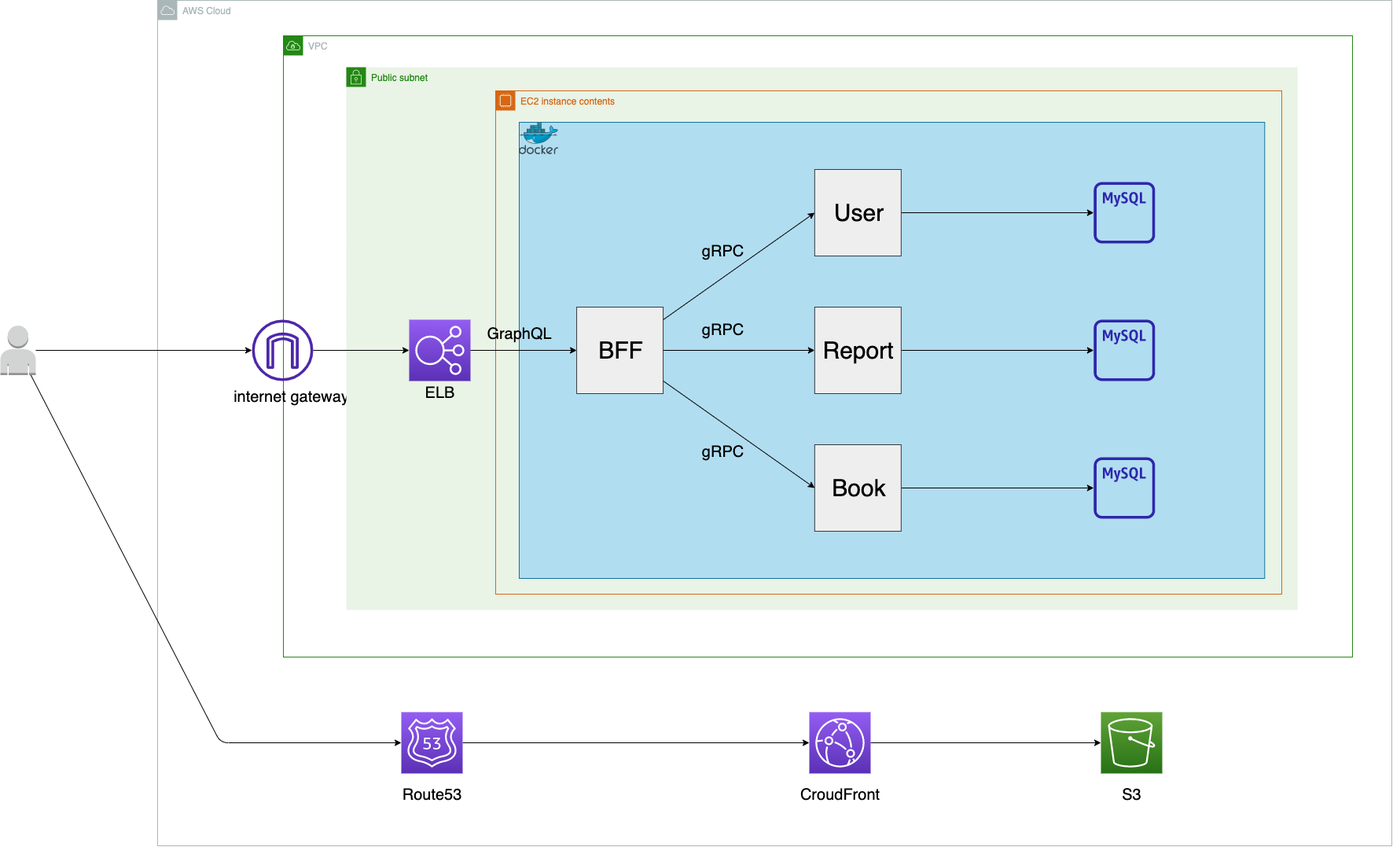
Reimei1213/ShareReport keeps this draw.io diagram as document/infra/infra.drawio.png. Above is the earlier version. Source tidied: cells renumbered, new cells last; positions are measured from the earlier drawing's top-left corner, leaving out a move shared by most shapes. Its diagram source:
```xml
<mxGraphModel>
  <root>
    <mxCell id="0" />
    <mxCell id="1" parent="0" />
    <mxCell id="2" value="AWS Cloud" style="sketch=0;gradientColor=none;html=1;whiteSpace=wrap;fontSize=12;fontStyle=0;shape=mxgraph.aws4.group;grIcon=mxgraph.aws4.group_aws_cloud;strokeColor=#AAB7B8;fillColor=none;verticalAlign=top;align=left;spacingLeft=30;fontColor=#AAB7B8;dashed=0;" parent="1" vertex="1">
      <mxGeometry x="200" width="1570" height="1075" as="geometry" />
    </mxCell>
    <mxCell id="3" style="edgeStyle=none;html=1;fontSize=20;fontColor=#000000;strokeColor=#000000;" parent="1" edge="1" source="5" target="40">
      <mxGeometry relative="1" as="geometry">
        <Array as="points">
          <mxPoint x="280" y="944" />
        </Array>
      </mxGeometry>
    </mxCell>
    <mxCell id="4" style="edgeStyle=none;html=1;fontSize=20;fontColor=#000000;strokeColor=#000000;" parent="1" edge="1" source="5" target="38">
      <mxGeometry relative="1" as="geometry" />
    </mxCell>
    <mxCell id="5" style="outlineConnect=0;dashed=0;verticalLabelPosition=bottom;verticalAlign=top;align=center;html=1;shape=mxgraph.aws3.user;fillColor=#D2D3D3;gradientColor=none;" parent="1" vertex="1">
      <mxGeometry y="413.5" width="45" height="63" as="geometry" />
    </mxCell>
    <mxCell id="6" value="VPC" style="gradientColor=none;html=1;whiteSpace=wrap;fontSize=12;fontStyle=0;shape=mxgraph.aws4.group;grIcon=mxgraph.aws4.group_vpc;strokeColor=#248814;fillColor=none;verticalAlign=top;align=left;spacingLeft=30;fontColor=#AAB7B8;dashed=0;" parent="1" vertex="1">
      <mxGeometry x="360" y="45" width="1360" height="790" as="geometry" />
    </mxCell>
    <mxCell id="7" value="internet gateway" style="text;html=1;align=center;verticalAlign=middle;strokeColor=none;fillColor=none;fontSize=20;fontColor=#000000;" parent="6" vertex="1">
      <mxGeometry x="-70" y="444" width="160" height="30" as="geometry" />
    </mxCell>
    <mxCell id="8" value="Public subnet" style="gradientColor=none;html=1;whiteSpace=wrap;fontSize=12;fontStyle=0;shape=mxgraph.aws4.group;grIcon=mxgraph.aws4.group_security_group;grStroke=0;strokeColor=#248814;fillColor=#E9F3E6;verticalAlign=top;align=left;spacingLeft=30;fontColor=#248814;dashed=0;" parent="1" vertex="1">
      <mxGeometry x="440" y="85" width="1210" height="690" as="geometry" />
    </mxCell>
    <mxCell id="9" style="sketch=0;points=[[0,0,0],[0.25,0,0],[0.5,0,0],[0.75,0,0],[1,0,0],[0,1,0],[0.25,1,0],[0.5,1,0],[0.75,1,0],[1,1,0],[0,0.25,0],[0,0.5,0],[0,0.75,0],[1,0.25,0],[1,0.5,0],[1,0.75,0]];outlineConnect=0;fontColor=#232F3E;gradientColor=#945DF2;gradientDirection=north;fillColor=#5A30B5;strokeColor=#ffffff;dashed=0;verticalLabelPosition=bottom;verticalAlign=top;align=center;html=1;fontSize=12;fontStyle=0;shape=mxgraph.aws4.resourceIcon;resIcon=mxgraph.aws4.elastic_load_balancing;" parent="8" vertex="1">
      <mxGeometry x="80" y="321" width="78" height="78" as="geometry" />
    </mxCell>
    <mxCell id="10" value="ELB" style="text;html=1;align=center;verticalAlign=middle;strokeColor=none;fillColor=none;fontSize=20;fontColor=#000000;" parent="8" vertex="1">
      <mxGeometry x="94" y="399" width="50" height="30" as="geometry" />
    </mxCell>
    <mxCell id="11" value="EC2 instance contents" style="gradientColor=none;html=1;whiteSpace=wrap;fontSize=12;fontStyle=0;shape=mxgraph.aws4.group;grIcon=mxgraph.aws4.group_ec2_instance_contents;strokeColor=#D86613;fillColor=none;verticalAlign=top;align=left;spacingLeft=30;fontColor=#D86613;dashed=0;" parent="1" vertex="1">
      <mxGeometry x="630" y="115" width="1000" height="640" as="geometry" />
    </mxCell>
    <mxCell id="12" style="group;" parent="1" vertex="1">
      <mxGeometry x="660" y="155" width="948.3" height="580" as="geometry" />
    </mxCell>
    <mxCell id="13" style="rounded=0;whiteSpace=wrap;html=1;fillColor=#b1ddf0;strokeColor=#10739e;" parent="12" vertex="1">
      <mxGeometry width="948.3" height="580" as="geometry" />
    </mxCell>
    <mxCell id="14" style="sketch=0;html=1;align=center;image;fontSize=12;image=img/lib/mscae/Docker.svg;" parent="12" vertex="1">
      <mxGeometry width="50" height="41" as="geometry" />
    </mxCell>
    <mxCell id="15" style="edgeStyle=none;html=1;fontSize=30;fontColor=#000000;strokeColor=#000000;" parent="12" edge="1" source="18" target="28">
      <mxGeometry relative="1" as="geometry" />
    </mxCell>
    <mxCell id="16" style="edgeStyle=none;html=1;entryX=0;entryY=0.5;entryDx=0;entryDy=0;fontSize=30;fontColor=#000000;strokeColor=#000000;" parent="12" edge="1" source="18" target="22">
      <mxGeometry relative="1" as="geometry" />
    </mxCell>
    <mxCell id="17" style="edgeStyle=none;html=1;entryX=0;entryY=0.5;entryDx=0;entryDy=0;fontSize=30;fontColor=#000000;strokeColor=#000000;" parent="12" edge="1" source="18" target="24">
      <mxGeometry relative="1" as="geometry" />
    </mxCell>
    <mxCell id="18" value="&lt;span style=&quot;color: rgba(0 , 0 , 0 , 0) ; font-family: monospace ; font-size: 0px ; font-style: normal ; font-weight: 400 ; letter-spacing: normal ; text-indent: 0px ; text-transform: none ; word-spacing: 0px ; background-color: rgb(42 , 42 , 42) ; display: inline ; float: none&quot;&gt;ff&lt;/span&gt;" style="whiteSpace=wrap;html=1;fillColor=#eeeeee;strokeColor=#36393d;" parent="12" vertex="1">
      <mxGeometry x="73.1" y="235" width="110" height="110" as="geometry" />
    </mxCell>
    <mxCell id="19" style="edgeStyle=none;html=1;fontSize=30;fontColor=#000000;strokeColor=#000000;" parent="12" edge="1" source="20" target="30">
      <mxGeometry relative="1" as="geometry" />
    </mxCell>
    <mxCell id="20" value="&lt;meta charset=&quot;utf-8&quot;&gt;&lt;span style=&quot;color: rgba(0, 0, 0, 0); font-family: monospace; font-size: 0px; font-style: normal; font-weight: 400; letter-spacing: normal; text-indent: 0px; text-transform: none; word-spacing: 0px; background-color: rgb(42, 42, 42); display: inline; float: none;&quot;&gt;&amp;nbsp;&lt;/span&gt;" style="whiteSpace=wrap;html=1;fillColor=#eeeeee;strokeColor=#36393d;" parent="12" vertex="1">
      <mxGeometry x="375.9" y="235" width="110" height="110" as="geometry" />
    </mxCell>
    <mxCell id="21" style="edgeStyle=none;html=1;fontSize=30;fontColor=#000000;strokeColor=#000000;" parent="12" edge="1" source="22" target="25">
      <mxGeometry relative="1" as="geometry" />
    </mxCell>
    <mxCell id="22" value="&lt;meta charset=&quot;utf-8&quot;&gt;&lt;span style=&quot;color: rgba(0, 0, 0, 0); font-family: monospace; font-size: 0px; font-style: normal; font-weight: 400; letter-spacing: normal; text-indent: 0px; text-transform: none; word-spacing: 0px; background-color: rgb(42, 42, 42); display: inline; float: none;&quot;&gt;&amp;nbsp;&lt;/span&gt;" style="whiteSpace=wrap;html=1;fillColor=#eeeeee;strokeColor=#36393d;" parent="12" vertex="1">
      <mxGeometry x="375.9" y="60" width="110" height="110" as="geometry" />
    </mxCell>
    <mxCell id="23" style="edgeStyle=none;html=1;fontSize=30;fontColor=#000000;strokeColor=#000000;" parent="12" edge="1" source="24" target="31">
      <mxGeometry relative="1" as="geometry" />
    </mxCell>
    <mxCell id="24" value="&lt;meta charset=&quot;utf-8&quot;&gt;&lt;span style=&quot;color: rgba(0, 0, 0, 0); font-family: monospace; font-size: 0px; font-style: normal; font-weight: 400; letter-spacing: normal; text-indent: 0px; text-transform: none; word-spacing: 0px; background-color: rgb(42, 42, 42); display: inline; float: none;&quot;&gt;&amp;nbsp;&lt;/span&gt;" style="whiteSpace=wrap;html=1;fillColor=#eeeeee;strokeColor=#36393d;" parent="12" vertex="1">
      <mxGeometry x="375.9" y="410" width="110" height="110" as="geometry" />
    </mxCell>
    <mxCell id="25" style="sketch=0;outlineConnect=0;fontColor=#232F3E;gradientColor=none;fillColor=#2E27AD;strokeColor=none;dashed=0;verticalLabelPosition=bottom;verticalAlign=top;align=center;html=1;fontSize=12;fontStyle=0;shape=mxgraph.aws4.rds_mysql_instance_alt;" parent="12" vertex="1">
      <mxGeometry x="730.8" y="76" width="78" height="78" as="geometry" />
    </mxCell>
    <mxCell id="26" value="&lt;font color=&quot;#000000&quot; style=&quot;font-size: 30px&quot;&gt;BFF&lt;/font&gt;" style="text;html=1;align=center;verticalAlign=middle;strokeColor=none;fillColor=none;" parent="12" vertex="1">
      <mxGeometry x="94" y="275" width="70" height="30" as="geometry" />
    </mxCell>
    <mxCell id="27" value="&lt;font color=&quot;#000000&quot; style=&quot;font-size: 30px&quot;&gt;User&lt;/font&gt;" style="text;html=1;align=center;verticalAlign=middle;strokeColor=none;fillColor=none;" parent="12" vertex="1">
      <mxGeometry x="391.5" y="100" width="80" height="30" as="geometry" />
    </mxCell>
    <mxCell id="28" value="&lt;font color=&quot;#000000&quot; style=&quot;font-size: 30px&quot;&gt;Report&lt;br&gt;&lt;/font&gt;" style="text;html=1;align=center;verticalAlign=middle;points=[];strokeColor=none;fillColor=none;" parent="12" vertex="1">
      <mxGeometry x="375.9" y="275" width="110" height="30" as="geometry" />
    </mxCell>
    <mxCell id="29" value="&lt;font color=&quot;#000000&quot; style=&quot;font-size: 30px&quot;&gt;Book&lt;br&gt;&lt;/font&gt;" style="text;html=1;align=center;verticalAlign=middle;strokeColor=none;fillColor=none;" parent="12" vertex="1">
      <mxGeometry x="391.5" y="450" width="80" height="30" as="geometry" />
    </mxCell>
    <mxCell id="30" style="sketch=0;outlineConnect=0;fontColor=#232F3E;gradientColor=none;fillColor=#2E27AD;strokeColor=none;dashed=0;verticalLabelPosition=bottom;verticalAlign=top;align=center;html=1;fontSize=12;fontStyle=0;shape=mxgraph.aws4.rds_mysql_instance_alt;" parent="12" vertex="1">
      <mxGeometry x="730.8" y="251" width="78" height="78" as="geometry" />
    </mxCell>
    <mxCell id="31" style="sketch=0;outlineConnect=0;fontColor=#232F3E;gradientColor=none;fillColor=#2E27AD;strokeColor=none;dashed=0;verticalLabelPosition=bottom;verticalAlign=top;align=center;html=1;fontSize=12;fontStyle=0;shape=mxgraph.aws4.rds_mysql_instance_alt;" parent="12" vertex="1">
      <mxGeometry x="730.8" y="426" width="78" height="78" as="geometry" />
    </mxCell>
    <mxCell id="32" value="&lt;font style=&quot;font-size: 20px&quot;&gt;gRPC&lt;/font&gt;" style="text;html=1;align=center;verticalAlign=middle;strokeColor=none;fillColor=none;fontSize=30;fontColor=#000000;" parent="12" vertex="1">
      <mxGeometry x="224.5" y="135" width="70" height="50" as="geometry" />
    </mxCell>
    <mxCell id="33" value="&lt;font style=&quot;font-size: 20px&quot;&gt;gRPC&lt;/font&gt;" style="text;html=1;align=center;verticalAlign=middle;strokeColor=none;fillColor=none;fontSize=30;fontColor=#000000;" parent="12" vertex="1">
      <mxGeometry x="224.5" y="390" width="70" height="50" as="geometry" />
    </mxCell>
    <mxCell id="34" value="&lt;font style=&quot;font-size: 20px&quot;&gt;gRPC&lt;/font&gt;" style="text;html=1;align=center;verticalAlign=middle;strokeColor=none;fillColor=none;fontSize=30;fontColor=#000000;" parent="12" vertex="1">
      <mxGeometry x="224.5" y="235" width="70" height="50" as="geometry" />
    </mxCell>
    <mxCell id="35" value="&lt;font style=&quot;font-size: 20px&quot;&gt;GraphQL&lt;/font&gt;" style="text;html=1;align=center;verticalAlign=middle;strokeColor=none;fillColor=none;fontSize=30;fontColor=#000000;" parent="12" vertex="1">
      <mxGeometry x="-50" y="240" width="100" height="50" as="geometry" />
    </mxCell>
    <mxCell id="36" style="edgeStyle=none;html=1;entryX=0;entryY=0.5;entryDx=0;entryDy=0;fontSize=20;fontColor=#000000;strokeColor=#000000;" parent="1" edge="1" source="9" target="18">
      <mxGeometry relative="1" as="geometry" />
    </mxCell>
    <mxCell id="37" style="edgeStyle=none;html=1;fontSize=20;fontColor=#000000;strokeColor=#000000;" parent="1" edge="1" source="38" target="9">
      <mxGeometry relative="1" as="geometry" />
    </mxCell>
    <mxCell id="38" style="sketch=0;outlineConnect=0;fontColor=#232F3E;gradientColor=none;fillColor=#4D27AA;strokeColor=none;dashed=0;verticalLabelPosition=bottom;verticalAlign=top;align=center;html=1;fontSize=12;fontStyle=0;shape=mxgraph.aws4.internet_gateway;" parent="1" vertex="1">
      <mxGeometry x="320" y="406" width="78" height="78" as="geometry" />
    </mxCell>
    <mxCell id="39" style="edgeStyle=none;html=1;fontSize=20;fontColor=#000000;strokeColor=#000000;" parent="1" edge="1" source="40" target="43">
      <mxGeometry relative="1" as="geometry" />
    </mxCell>
    <mxCell id="40" style="sketch=0;points=[[0,0,0],[0.25,0,0],[0.5,0,0],[0.75,0,0],[1,0,0],[0,1,0],[0.25,1,0],[0.5,1,0],[0.75,1,0],[1,1,0],[0,0.25,0],[0,0.5,0],[0,0.75,0],[1,0.25,0],[1,0.5,0],[1,0.75,0]];outlineConnect=0;fontColor=#232F3E;gradientColor=#945DF2;gradientDirection=north;fillColor=#5A30B5;strokeColor=#ffffff;dashed=0;verticalLabelPosition=bottom;verticalAlign=top;align=center;html=1;fontSize=12;fontStyle=0;shape=mxgraph.aws4.resourceIcon;resIcon=mxgraph.aws4.route_53;" parent="1" vertex="1">
      <mxGeometry x="510" y="905" width="78" height="78" as="geometry" />
    </mxCell>
    <mxCell id="41" value="Route53" style="text;html=1;align=center;verticalAlign=middle;strokeColor=none;fillColor=none;fontSize=20;fontColor=#000000;" parent="1" vertex="1">
      <mxGeometry x="504" y="995" width="90" height="30" as="geometry" />
    </mxCell>
    <mxCell id="42" style="edgeStyle=none;html=1;fontSize=20;fontColor=#000000;strokeColor=#000000;" parent="1" edge="1" source="43" target="44">
      <mxGeometry relative="1" as="geometry" />
    </mxCell>
    <mxCell id="43" style="sketch=0;points=[[0,0,0],[0.25,0,0],[0.5,0,0],[0.75,0,0],[1,0,0],[0,1,0],[0.25,1,0],[0.5,1,0],[0.75,1,0],[1,1,0],[0,0.25,0],[0,0.5,0],[0,0.75,0],[1,0.25,0],[1,0.5,0],[1,0.75,0]];outlineConnect=0;fontColor=#232F3E;gradientColor=#945DF2;gradientDirection=north;fillColor=#5A30B5;strokeColor=#ffffff;dashed=0;verticalLabelPosition=bottom;verticalAlign=top;align=center;html=1;fontSize=12;fontStyle=0;shape=mxgraph.aws4.resourceIcon;resIcon=mxgraph.aws4.cloudfront;" parent="1" vertex="1">
      <mxGeometry x="1029" y="905" width="78" height="78" as="geometry" />
    </mxCell>
    <mxCell id="44" style="sketch=0;points=[[0,0,0],[0.25,0,0],[0.5,0,0],[0.75,0,0],[1,0,0],[0,1,0],[0.25,1,0],[0.5,1,0],[0.75,1,0],[1,1,0],[0,0.25,0],[0,0.5,0],[0,0.75,0],[1,0.25,0],[1,0.5,0],[1,0.75,0]];outlineConnect=0;fontColor=#232F3E;gradientColor=#60A337;gradientDirection=north;fillColor=#277116;strokeColor=#ffffff;dashed=0;verticalLabelPosition=bottom;verticalAlign=top;align=center;html=1;fontSize=12;fontStyle=0;shape=mxgraph.aws4.resourceIcon;resIcon=mxgraph.aws4.s3;" parent="1" vertex="1">
      <mxGeometry x="1400" y="905" width="78" height="78" as="geometry" />
    </mxCell>
    <mxCell id="45" value="CroudFront" style="text;html=1;align=center;verticalAlign=middle;strokeColor=none;fillColor=none;fontSize=20;fontColor=#000000;" parent="1" vertex="1">
      <mxGeometry x="1008" y="995" width="120" height="30" as="geometry" />
    </mxCell>
    <mxCell id="46" value="S3" style="text;html=1;align=center;verticalAlign=middle;strokeColor=none;fillColor=none;fontSize=20;fontColor=#000000;" parent="1" vertex="1">
      <mxGeometry x="1419" y="995" width="40" height="30" as="geometry" />
    </mxCell>
  </root>
</mxGraphModel>
```
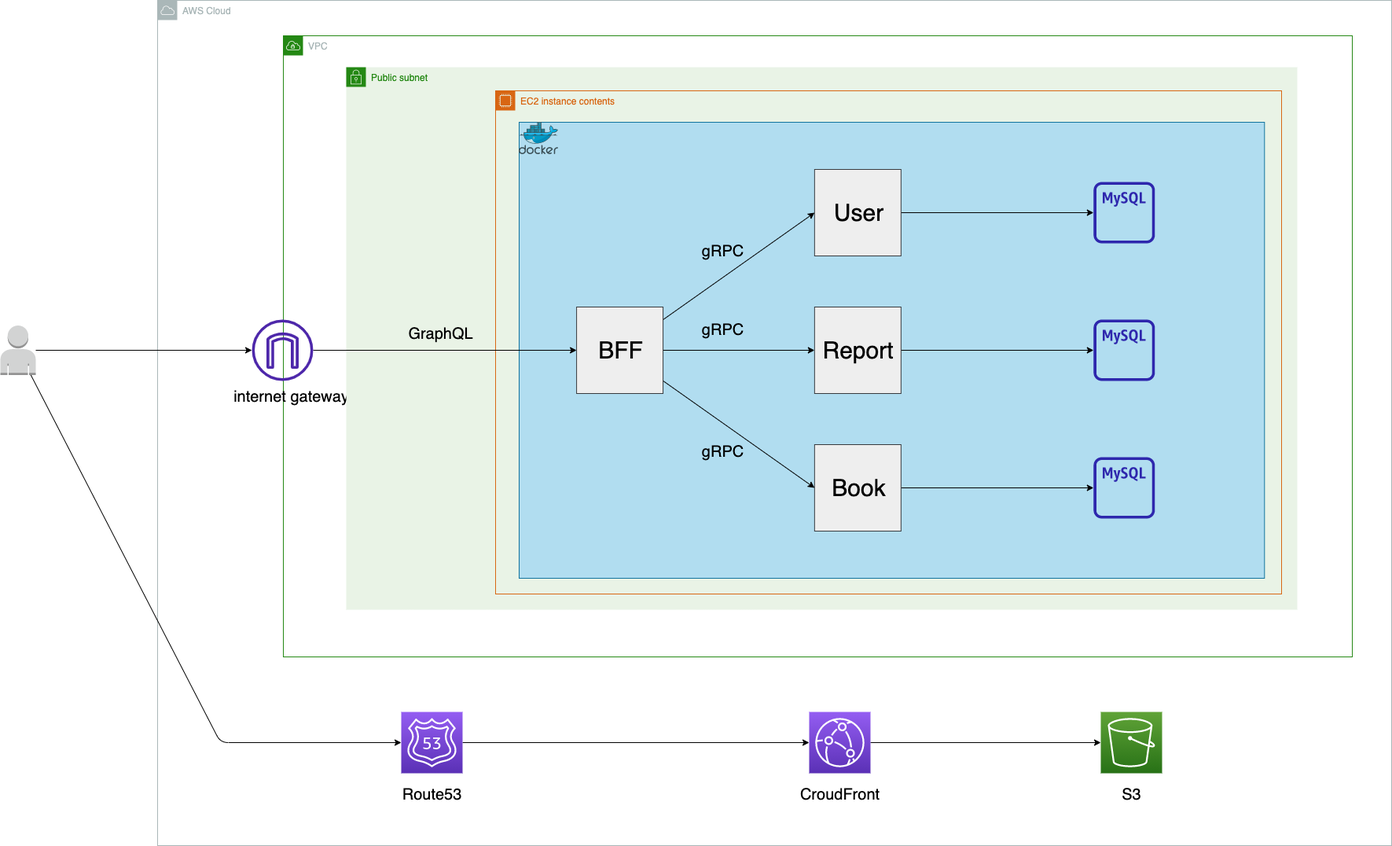
Above is the later version.

Commit message:
[fix] #20 infraの設計図のELBを削除する

Diff of the diagram source:
```diff
@@ -27,12 +27,6 @@
     <mxCell id="8" value="Public subnet" style="gradientColor=none;html=1;whiteSpace=wrap;fontSize=12;fontStyle=0;shape=mxgraph.aws4.group;grIcon=mxgraph.aws4.group_security_group;grStroke=0;strokeColor=#248814;fillColor=#E9F3E6;verticalAlign=top;align=left;spacingLeft=30;fontColor=#248814;dashed=0;" parent="1" vertex="1">
       <mxGeometry x="440" y="85" width="1210" height="690" as="geometry" />
     </mxCell>
-    <mxCell id="9" style="sketch=0;points=[[0,0,0],[0.25,0,0],[0.5,0,0],[0.75,0,0],[1,0,0],[0,1,0],[0.25,1,0],[0.5,1,0],[0.75,1,0],[1,1,0],[0,0.25,0],[0,0.5,0],[0,0.75,0],[1,0.25,0],[1,0.5,0],[1,0.75,0]];outlineConnect=0;fontColor=#232F3E;gradientColor=#945DF2;gradientDirection=north;fillColor=#5A30B5;strokeColor=#ffffff;dashed=0;verticalLabelPosition=bottom;verticalAlign=top;align=center;html=1;fontSize=12;fontStyle=0;shape=mxgraph.aws4.resourceIcon;resIcon=mxgraph.aws4.elastic_load_balancing;" parent="8" vertex="1">
-      <mxGeometry x="80" y="321" width="78" height="78" as="geometry" />
-    </mxCell>
-    <mxCell id="10" value="ELB" style="text;html=1;align=center;verticalAlign=middle;strokeColor=none;fillColor=none;fontSize=20;fontColor=#000000;" parent="8" vertex="1">
-      <mxGeometry x="94" y="399" width="50" height="30" as="geometry" />
-    </mxCell>
     <mxCell id="11" value="EC2 instance contents" style="gradientColor=none;html=1;whiteSpace=wrap;fontSize=12;fontStyle=0;shape=mxgraph.aws4.group;grIcon=mxgraph.aws4.group_ec2_instance_contents;strokeColor=#D86613;fillColor=none;verticalAlign=top;align=left;spacingLeft=30;fontColor=#D86613;dashed=0;" parent="1" vertex="1">
       <mxGeometry x="630" y="115" width="1000" height="640" as="geometry" />
     </mxCell>
@@ -105,13 +99,7 @@
     <mxCell id="34" value="&lt;font style=&quot;font-size: 20px&quot;&gt;gRPC&lt;/font&gt;" style="text;html=1;align=center;verticalAlign=middle;strokeColor=none;fillColor=none;fontSize=30;fontColor=#000000;" parent="12" vertex="1">
       <mxGeometry x="224.5" y="235" width="70" height="50" as="geometry" />
     </mxCell>
-    <mxCell id="35" value="&lt;font style=&quot;font-size: 20px&quot;&gt;GraphQL&lt;/font&gt;" style="text;html=1;align=center;verticalAlign=middle;strokeColor=none;fillColor=none;fontSize=30;fontColor=#000000;" parent="12" vertex="1">
-      <mxGeometry x="-50" y="240" width="100" height="50" as="geometry" />
-    </mxCell>
-    <mxCell id="36" style="edgeStyle=none;html=1;entryX=0;entryY=0.5;entryDx=0;entryDy=0;fontSize=20;fontColor=#000000;strokeColor=#000000;" parent="1" edge="1" source="9" target="18">
-      <mxGeometry relative="1" as="geometry" />
-    </mxCell>
-    <mxCell id="37" style="edgeStyle=none;html=1;fontSize=20;fontColor=#000000;strokeColor=#000000;" parent="1" edge="1" source="38" target="9">
+    <mxCell id="37" style="edgeStyle=none;html=1;fontSize=20;fontColor=#000000;strokeColor=#000000;" parent="1" edge="1" source="38" target="18">
       <mxGeometry relative="1" as="geometry" />
     </mxCell>
     <mxCell id="38" style="sketch=0;outlineConnect=0;fontColor=#232F3E;gradientColor=none;fillColor=#4D27AA;strokeColor=none;dashed=0;verticalLabelPosition=bottom;verticalAlign=top;align=center;html=1;fontSize=12;fontStyle=0;shape=mxgraph.aws4.internet_gateway;" parent="1" vertex="1">
@@ -141,5 +129,8 @@
     <mxCell id="46" value="S3" style="text;html=1;align=center;verticalAlign=middle;strokeColor=none;fillColor=none;fontSize=20;fontColor=#000000;" parent="1" vertex="1">
       <mxGeometry x="1419" y="995" width="40" height="30" as="geometry" />
     </mxCell>
+    <mxCell id="35" value="&lt;font style=&quot;font-size: 20px&quot;&gt;GraphQL&lt;/font&gt;" style="text;html=1;align=center;verticalAlign=middle;strokeColor=none;fillColor=none;fontSize=30;fontColor=#000000;" parent="1" vertex="1">
+      <mxGeometry x="510" y="395" width="100" height="50" as="geometry" />
+    </mxCell>
   </root>
 </mxGraphModel>
```
